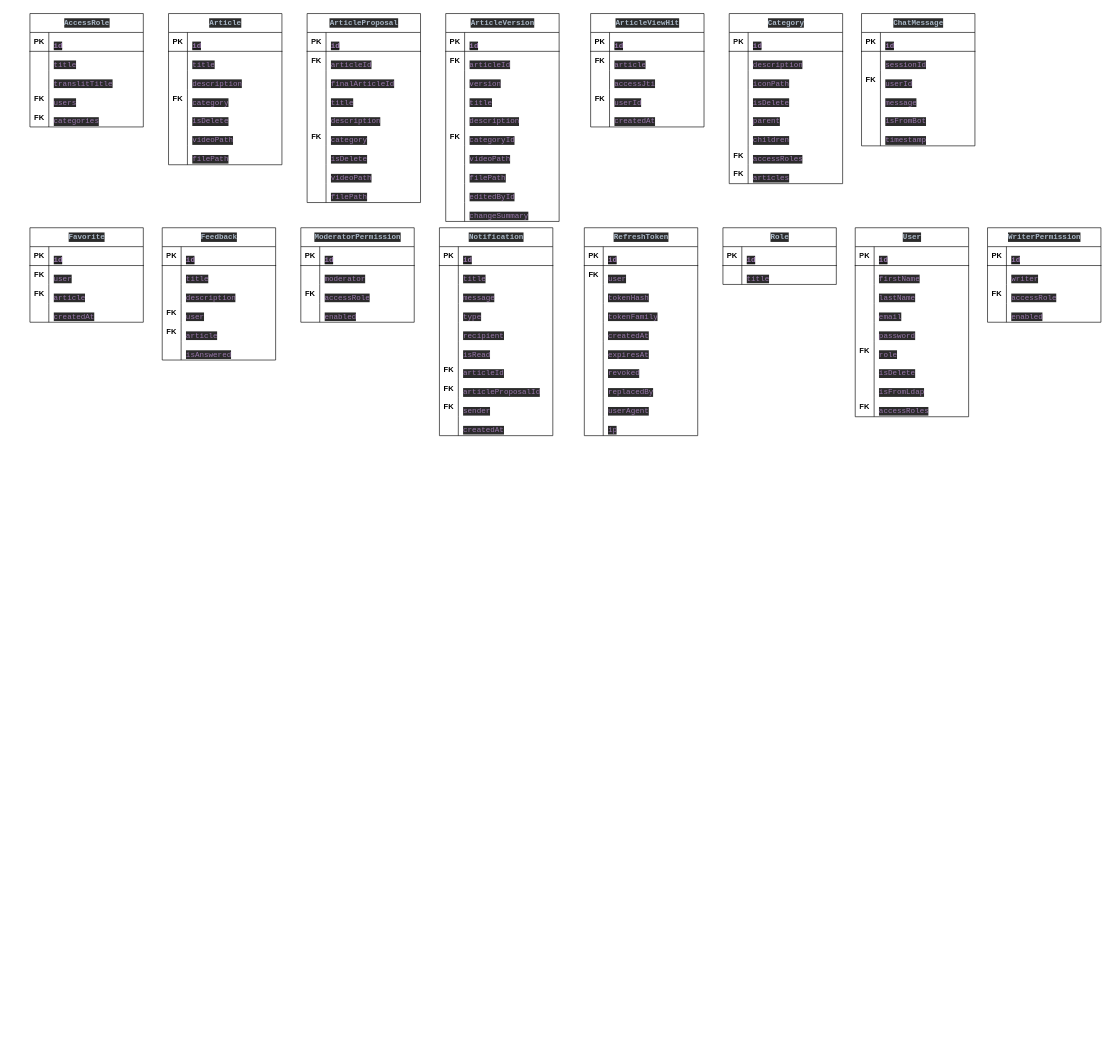
This is erd-cw.drawio from lum1n0/course-job, a draw.io file, before an edit. Source tidied: cells renumbered, new cells numbered last; positions are measured from the earlier drawing's top-left corner, leaving out a move shared by most shapes. Both pictures are drawn from the tidied source at 63%, with x=0, y=0 at pixel (30, 13).
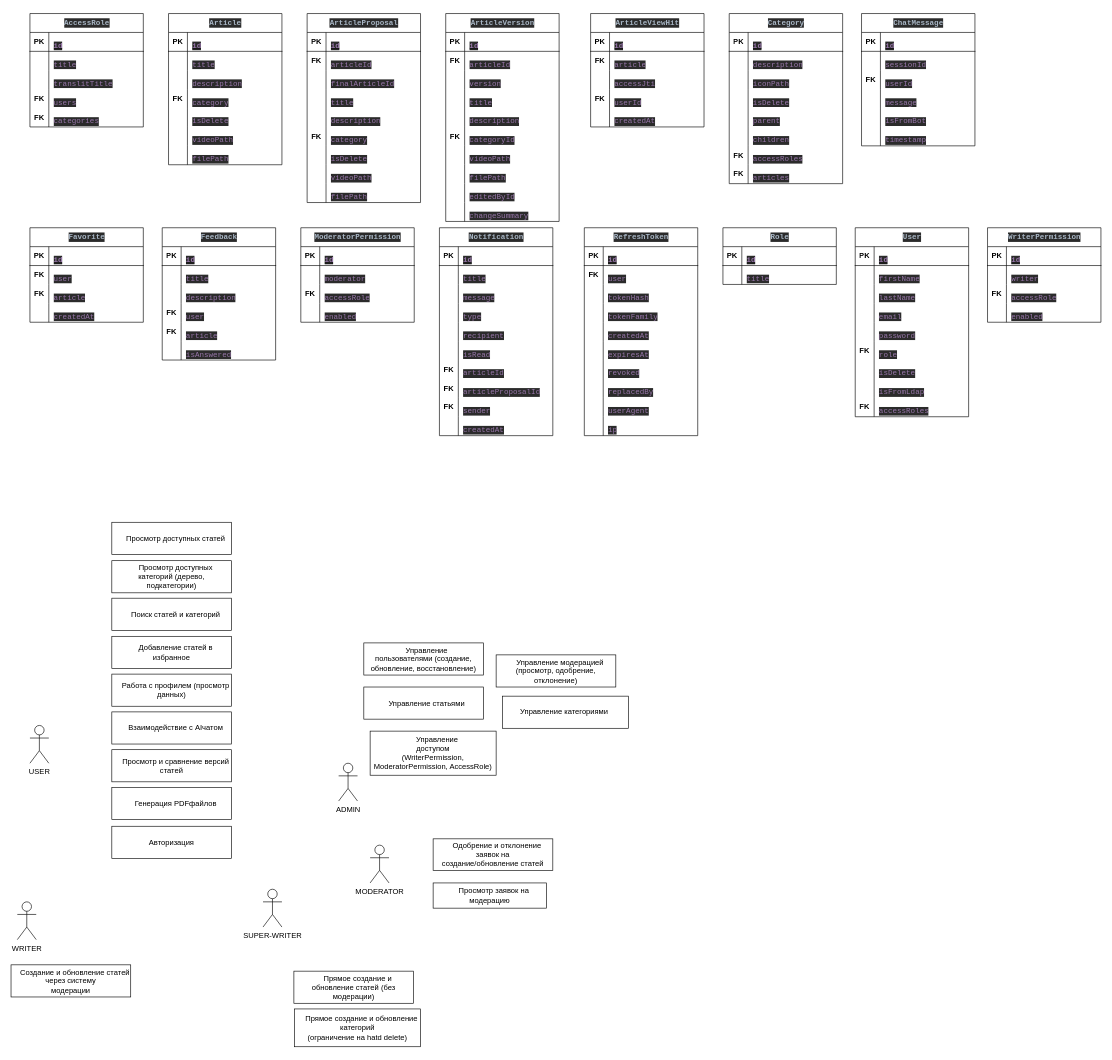
The same page after the edit.

Change to the diagram source:
```diff
@@
+    <mxCell id="314" value="USER" style="shape=umlActor;verticalLabelPosition=bottom;verticalAlign=top;html=1;" parent="1" vertex="1">
+      <mxGeometry y="1130" width="30" height="60" as="geometry" />
+    </mxCell>
+    <mxCell id="315" value="MODERATOR" style="shape=umlActor;verticalLabelPosition=bottom;verticalAlign=top;html=1;" parent="1" vertex="1">
+      <mxGeometry x="540" y="1320" width="30" height="60" as="geometry" />
+    </mxCell>
+    <mxCell id="316" value="ADMIN" style="shape=umlActor;verticalLabelPosition=bottom;verticalAlign=top;html=1;" parent="1" vertex="1">
+      <mxGeometry x="490" y="1190" width="30" height="60" as="geometry" />
+    </mxCell>
+    <mxCell id="317" value="WRITER" style="shape=umlActor;verticalLabelPosition=bottom;verticalAlign=top;html=1;" parent="1" vertex="1">
+      <mxGeometry x="-20" y="1410" width="30" height="60" as="geometry" />
+    </mxCell>
+    <mxCell id="318" value="SUPER-WRITER" style="shape=umlActor;verticalLabelPosition=bottom;verticalAlign=top;html=1;" parent="1" vertex="1">
+      <mxGeometry x="370" y="1390" width="30" height="60" as="geometry" />
+    </mxCell>
+    <mxCell id="319" value="&lt;p class=&quot;MsoNormal&quot;&gt;&amp;nbsp; &amp;nbsp;Управление&lt;br&gt;пользователями (создание, обновление, восстановление)&lt;/p&gt;" style="rounded=0;whiteSpace=wrap;html=1;" parent="1" vertex="1">
+      <mxGeometry x="530" y="999" width="190" height="51" as="geometry" />
+    </mxCell>
+    <mxCell id="320" value="&lt;p class=&quot;MsoNormal&quot;&gt;&amp;nbsp; &amp;nbsp;&amp;nbsp;Управление статьями&amp;nbsp;&lt;/p&gt;" style="rounded=0;whiteSpace=wrap;html=1;" parent="1" vertex="1">
+      <mxGeometry x="530" y="1069" width="190" height="51" as="geometry" />
+    </mxCell>
+    <mxCell id="321" value="&lt;p class=&quot;MsoNormal&quot;&gt;&lt;span style=&quot;line-height: 107%;&quot;&gt;&lt;font style=&quot;font-size: 12px;&quot;&gt;Управление категориями&amp;nbsp;&lt;/font&gt;&lt;/span&gt;&lt;/p&gt;" style="rounded=0;whiteSpace=wrap;html=1;" parent="1" vertex="1">
+      <mxGeometry x="750" y="1083.5" width="200" height="51" as="geometry" />
+    </mxCell>
+    <mxCell id="322" value="&lt;p class=&quot;MsoNormal&quot;&gt;&amp;nbsp; &amp;nbsp;&amp;nbsp;Управление модерацией (просмотр, одобрение,&lt;br/&gt;отклонение)&lt;/p&gt;" style="rounded=0;whiteSpace=wrap;html=1;" parent="1" vertex="1">
+      <mxGeometry x="740" y="1018" width="190" height="51" as="geometry" />
+    </mxCell>
+    <mxCell id="323" value="&lt;p class=&quot;MsoNormal&quot;&gt;&amp;nbsp; &amp;nbsp;&amp;nbsp;Управление&lt;br/&gt;доступом&lt;span lang=&quot;EN-US&quot;&gt;&lt;br/&gt;(WriterPermission, ModeratorPermission, AccessRole)&lt;/span&gt;&lt;/p&gt;" style="rounded=0;whiteSpace=wrap;html=1;" parent="1" vertex="1">
+      <mxGeometry x="540" y="1139" width="200" height="70" as="geometry" />
+    </mxCell>
+    <mxCell id="324" value="&lt;p class=&quot;MsoNormal&quot;&gt;&amp;nbsp; &amp;nbsp;&amp;nbsp;Создание и обновление статей через систему&lt;br/&gt;модерации&lt;/p&gt;" style="rounded=0;whiteSpace=wrap;html=1;" parent="1" vertex="1">
+      <mxGeometry x="-30" y="1510" width="190" height="51" as="geometry" />
+    </mxCell>
+    <mxCell id="325" value="&lt;p class=&quot;MsoNormal&quot;&gt;&amp;nbsp; &amp;nbsp;&amp;nbsp;Прямое создание и обновление статей (без&lt;br/&gt;модерации)&lt;/p&gt;" style="rounded=0;whiteSpace=wrap;html=1;" parent="1" vertex="1">
+      <mxGeometry x="419" y="1520" width="190" height="51" as="geometry" />
+    </mxCell>
+    <mxCell id="326" value="&lt;p class=&quot;MsoNormal&quot;&gt;&amp;nbsp; &amp;nbsp;&amp;nbsp;Прямое создание и обновление категорий&lt;br&gt;(ограничение на hatd delete)&lt;/p&gt;" style="rounded=0;whiteSpace=wrap;html=1;" parent="1" vertex="1">
+      <mxGeometry x="420" y="1580" width="200" height="60" as="geometry" />
+    </mxCell>
+    <mxCell id="327" value="&lt;p class=&quot;MsoNormal&quot;&gt;&amp;nbsp; &amp;nbsp;&amp;nbsp;Просмотр заявок на модерацию&lt;/p&gt;" style="rounded=0;whiteSpace=wrap;html=1;" parent="1" vertex="1">
+      <mxGeometry x="640" y="1380" width="180" height="40" as="geometry" />
+    </mxCell>
+    <mxCell id="328" value="&lt;p class=&quot;MsoNormal&quot;&gt;&amp;nbsp; &amp;nbsp;&amp;nbsp;Одобрение и отклонение заявок на&lt;br/&gt;создание/обновление статей&lt;/p&gt;" style="rounded=0;whiteSpace=wrap;html=1;" parent="1" vertex="1">
+      <mxGeometry x="640" y="1310" width="190" height="50" as="geometry" />
+    </mxCell>
+    <mxCell id="329" value="&lt;p class=&quot;MsoNormal&quot;&gt;&amp;nbsp; &amp;nbsp;&amp;nbsp;Просмотр доступных статей&lt;/p&gt;" style="rounded=0;whiteSpace=wrap;html=1;" parent="1" vertex="1">
+      <mxGeometry x="130" y="807.5" width="190" height="51" as="geometry" />
+    </mxCell>
+    <mxCell id="330" value="&lt;p class=&quot;MsoNormal&quot;&gt;&amp;nbsp; &amp;nbsp;&amp;nbsp;Просмотр доступных категорий (дерево,&lt;br/&gt;подкатегории)&lt;/p&gt;" style="rounded=0;whiteSpace=wrap;html=1;" parent="1" vertex="1">
+      <mxGeometry x="130" y="868.5" width="190" height="51" as="geometry" />
+    </mxCell>
+    <mxCell id="331" value="&lt;p class=&quot;MsoNormal&quot;&gt;&amp;nbsp; &amp;nbsp;&amp;nbsp;Поиск статей и категорий&lt;/p&gt;" style="rounded=0;whiteSpace=wrap;html=1;" parent="1" vertex="1">
+      <mxGeometry x="130" y="928" width="190" height="51" as="geometry" />
+    </mxCell>
+    <mxCell id="332" value="&lt;p class=&quot;MsoNormal&quot;&gt;&amp;nbsp; &amp;nbsp;&amp;nbsp;Добавление статей в избранное&lt;/p&gt;" style="rounded=0;whiteSpace=wrap;html=1;" parent="1" vertex="1">
+      <mxGeometry x="130" y="988.5" width="190" height="51" as="geometry" />
+    </mxCell>
+    <mxCell id="333" value="&lt;p class=&quot;MsoNormal&quot;&gt;&amp;nbsp; &amp;nbsp;&amp;nbsp;Работа с профилем (просмотр данных)&lt;/p&gt;" style="rounded=0;whiteSpace=wrap;html=1;" parent="1" vertex="1">
+      <mxGeometry x="130" y="1048.5" width="190" height="51" as="geometry" />
+    </mxCell>
+    <mxCell id="334" value="&lt;p class=&quot;MsoNormal&quot;&gt;&amp;nbsp; &amp;nbsp;&amp;nbsp;Взаимодействие с AIчатом&lt;/p&gt;" style="rounded=0;whiteSpace=wrap;html=1;" parent="1" vertex="1">
+      <mxGeometry x="130" y="1108.5" width="190" height="51" as="geometry" />
+    </mxCell>
+    <mxCell id="335" value="&lt;p class=&quot;MsoNormal&quot;&gt;&amp;nbsp; &amp;nbsp;&amp;nbsp;Просмотр и сравнение версий статей&lt;/p&gt;" style="rounded=0;whiteSpace=wrap;html=1;" parent="1" vertex="1">
+      <mxGeometry x="130" y="1168.5" width="190" height="51" as="geometry" />
+    </mxCell>
+    <mxCell id="336" value="&lt;p class=&quot;MsoNormal&quot;&gt;&amp;nbsp; &amp;nbsp;&amp;nbsp;Генерация PDFфайлов&lt;/p&gt;" style="rounded=0;whiteSpace=wrap;html=1;" parent="1" vertex="1">
+      <mxGeometry x="130" y="1228.5" width="190" height="51" as="geometry" />
+    </mxCell>
+    <mxCell id="337" value="&lt;p class=&quot;MsoNormal&quot;&gt;&lt;span style=&quot;line-height: 107%;&quot;&gt;&lt;font style=&quot;font-size: 12px;&quot;&gt;Авторизация&lt;/font&gt;&lt;/span&gt;&lt;/p&gt;" style="rounded=0;whiteSpace=wrap;html=1;" parent="1" vertex="1">
+      <mxGeometry x="130" y="1290" width="190" height="51" as="geometry" />
+    </mxCell>
```
